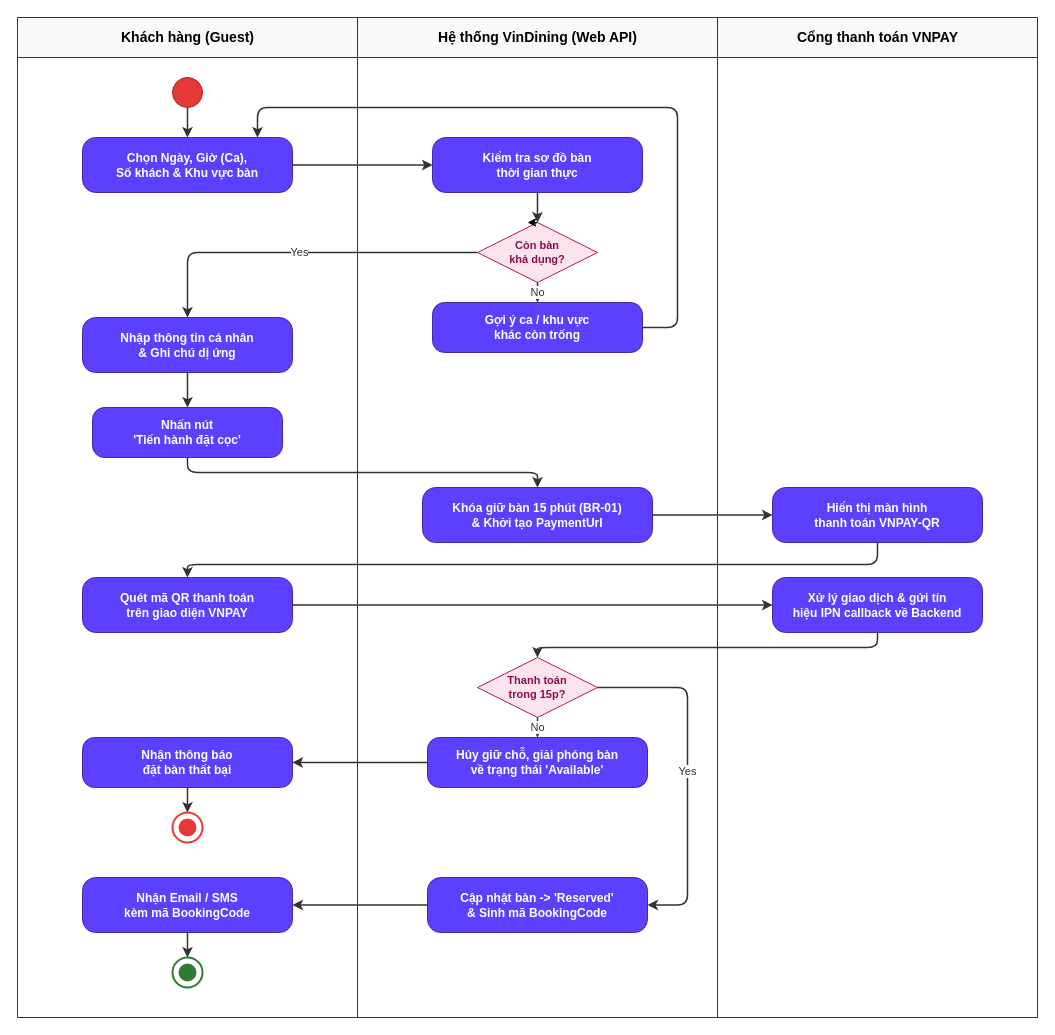
AndrewQng/VinDining keeps this draw.io diagram as docs/phase1/drawio/ad01_reservation_deposit.drawio. Above is the earlier version. Source tidied: cells renumbered, new cells numbered last; positions are measured from the earlier drawing's top-left corner, leaving out a move shared by most shapes. Both pictures are drawn from the tidied source at 100%, with x=0, y=0 at pixel (17, 17).
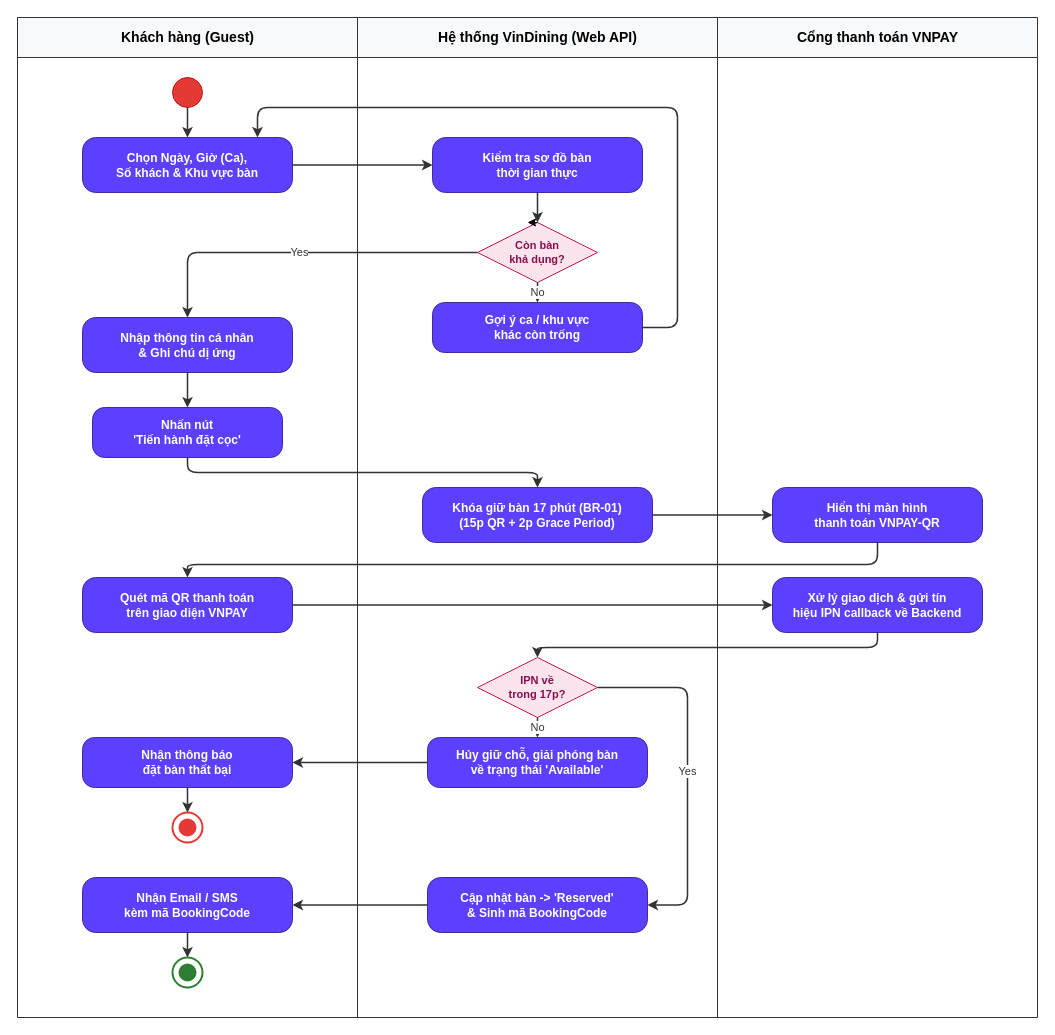
After the change.

The change refers to these unchanged cells:
```xml
<mxCell id="14" value="Hệ thống VinDining (Web API)" style="swimlane;html=1;startSize=40;horizontal=1;fontStyle=1;fontSize=14;align=center;verticalAlign=middle;fillColor=#f8f9fa;strokeColor=#333333;swimlaneLine=1;" parent="1" vertex="1">
  <mxGeometry x="340" width="360" height="1000" as="geometry" />
</mxCell>
```

What changed in the source:
```diff
@@
-    <mxCell id="18" value="Khóa giữ bàn 15 phút (BR-01)&#10;&amp; Khởi tạo PaymentUrl" style="rounded=1;arcSize=24;whiteSpace=wrap;html=1;fillColor=#5b40ff;strokeColor=#4527a0;fontColor=#ffffff;fontStyle=1;fontSize=12;align=center;verticalAlign=middle;" parent="14" vertex="1">
+    <mxCell id="18" value="Khóa giữ bàn 17 phút (BR-01)&#10;(15p QR + 2p Grace Period)" style="rounded=1;arcSize=24;whiteSpace=wrap;html=1;fillColor=#5b40ff;strokeColor=#4527a0;fontColor=#ffffff;fontStyle=1;fontSize=12;align=center;verticalAlign=middle;" parent="14" vertex="1">
       <mxGeometry x="65" y="470" width="230" height="55" as="geometry" />
     </mxCell>
-    <mxCell id="19" value="Thanh toán&#10;trong 15p?" style="rhombus;whiteSpace=wrap;html=1;fillColor=#fce4ec;strokeColor=#c2185b;fontColor=#880e4f;fontStyle=1;fontSize=11;align=center;verticalAlign=middle;" parent="14" vertex="1">
+    <mxCell id="19" value="IPN về&#10;trong 17p?" style="rhombus;whiteSpace=wrap;html=1;fillColor=#fce4ec;strokeColor=#c2185b;fontColor=#880e4f;fontStyle=1;fontSize=11;align=center;verticalAlign=middle;" parent="14" vertex="1">
       <mxGeometry x="120" y="640" width="120" height="60" as="geometry" />
     </mxCell>
```
